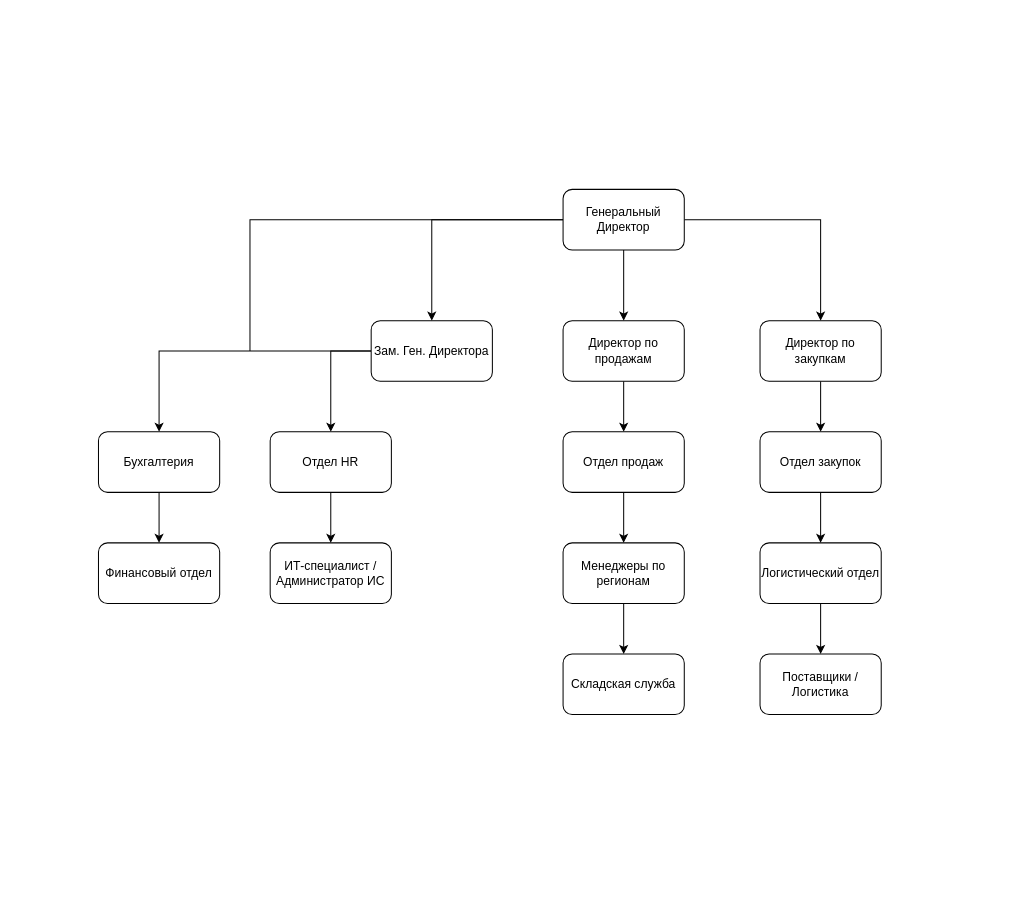
ColdenI/Diploma-IS-wholesale-of-salt keeps this draw.io diagram as page "Структура предприятия" (1 of 6) of media/Диаграммы.drawio. Above is the earlier version. Source tidied: cells renumbered, new cells numbered last; positions are measured from the earlier drawing's top-left corner, leaving out a move shared by most shapes. Both pictures are drawn from the tidied source at 101%, with x=0, y=0 at pixel (98, 189).
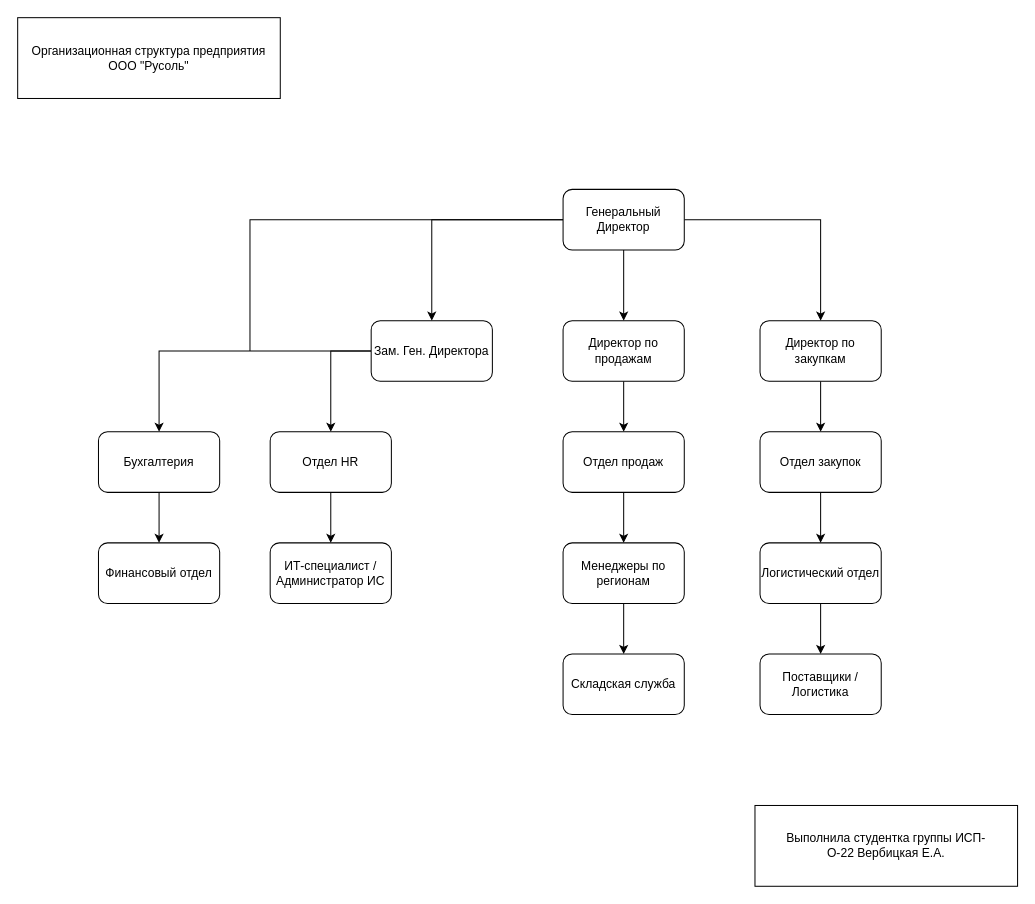
Above is the later version.

Diff of the diagram source:
```diff
@@
+    <mxCell id="30" value="Организационная структура предприятия ООО &quot;Русоль&quot;" style="rounded=0;whiteSpace=wrap;html=1;" parent="1" vertex="1">
+      <mxGeometry x="-80" y="-170" width="260" height="80" as="geometry" />
+    </mxCell>
+    <mxCell id="31" value="Выполнила студентка группы ИСП-О-22&amp;nbsp;Вербицкая Е.А." style="rounded=0;whiteSpace=wrap;html=1;" parent="1" vertex="1">
+      <mxGeometry x="650" y="610" width="260" height="80" as="geometry" />
+    </mxCell>
```
